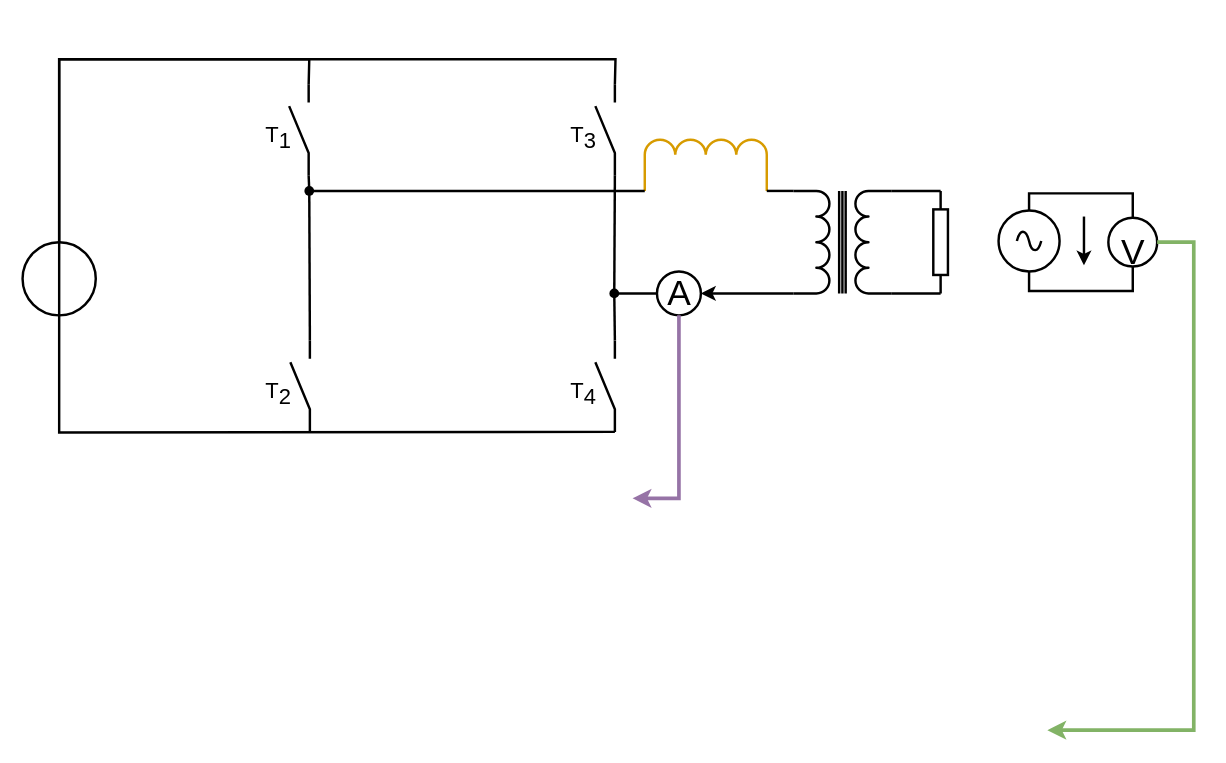
This is Testaufbau_FS.drawio from Lostqw1/Funfun, a draw.io file, before an edit. Source tidied: cells renumbered, new cells numbered last; positions are measured from the earlier drawing's top-left corner, leaving out a move shared by most shapes. Both pictures are drawn from the tidied source at 122%, with x=0, y=0 at pixel (22, 59).
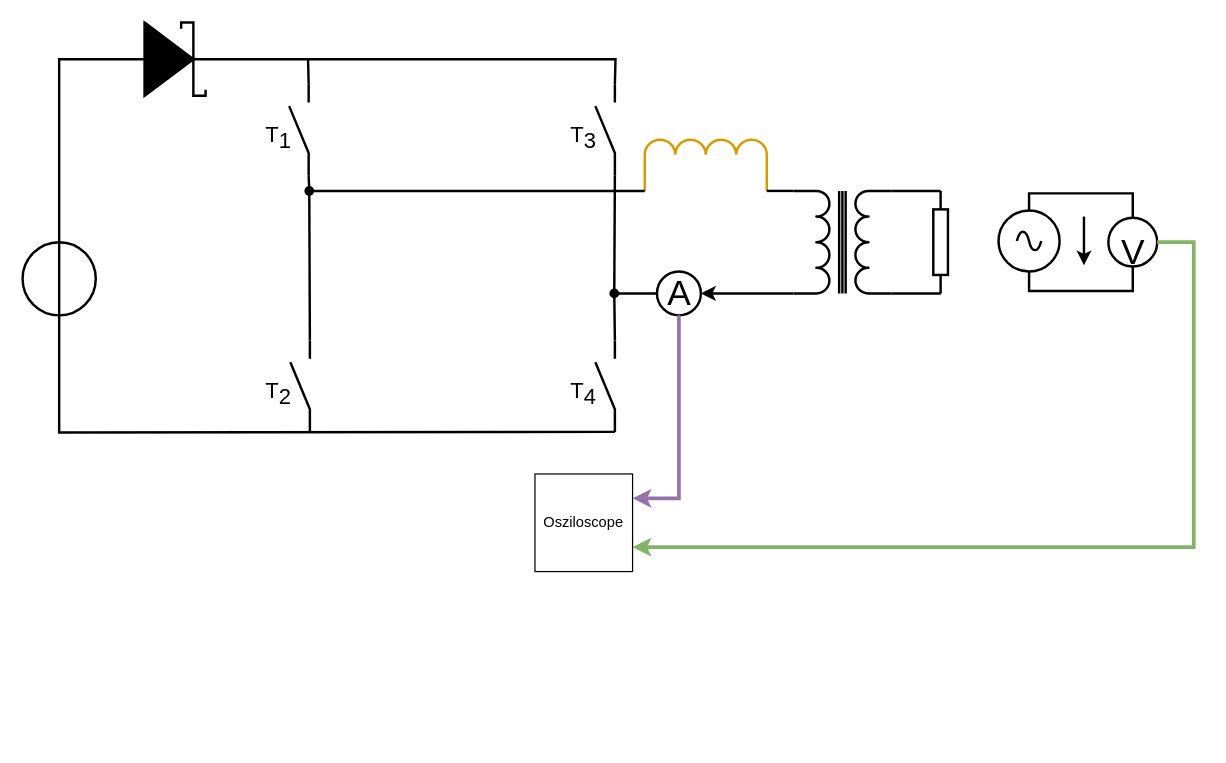
The same diagram, later.

The change refers to these unchanged cells:
```xml
<mxCell id="5" style="verticalLabelPosition=bottom;shadow=0;dashed=0;align=center;html=1;verticalAlign=top;shape=mxgraph.electrical.electro-mechanical.make_contact;rotation=-90;strokeWidth=2;" parent="1" vertex="1">
  <mxGeometry x="189" y="50" width="75" height="16" as="geometry" />
</mxCell>
<mxCell id="6" style="verticalLabelPosition=bottom;shadow=0;dashed=0;align=center;html=1;verticalAlign=top;shape=mxgraph.electrical.electro-mechanical.make_contact;rotation=-90;strokeWidth=2;" parent="1" vertex="1">
  <mxGeometry x="440" y="50" width="75" height="16" as="geometry" />
</mxCell>
<mxCell id="13" value="&lt;font style=&quot;font-size: 29px;&quot;&gt;V&lt;/font&gt;" style="verticalLabelPosition=middle;shadow=0;dashed=0;align=center;html=1;verticalAlign=middle;strokeWidth=2;shape=ellipse;fontSize=50;" parent="1" vertex="1">
  <mxGeometry x="890" y="130" width="40" height="40" as="geometry" />
</mxCell>
<mxCell id="29" style="verticalLabelPosition=bottom;shadow=0;dashed=0;align=center;html=1;verticalAlign=top;shape=mxgraph.electrical.signal_sources.source;points=[[0.5,0,0],[1,0.5,0],[0.5,1,0],[0,0.5,0]];elSignalType=ideal;rotation=90;strokeWidth=2;" parent="1" vertex="1">
  <mxGeometry y="150" width="60" height="60" as="geometry" />
</mxCell>
```

Diff of the diagram source:
```diff
@@
     <mxCell id="28" style="endArrow=classic;html=1;rounded=0;exitX=1;exitY=0.5;exitDx=0;exitDy=0;fillColor=#d5e8d4;strokeColor=#82b366;strokeWidth=3;" parent="1" edge="1" source="13">
       <mxGeometry relative="1" as="geometry">
-        <mxPoint x="840" y="550" as="targetPoint" />
+        <mxPoint x="500" y="400" as="targetPoint" />
         <Array as="points">
           <mxPoint x="960" y="150" />
-          <mxPoint x="960" y="550" />
+          <mxPoint x="960" y="400" />
         </Array>
       </mxGeometry>
     </mxCell>
@@
-    <mxCell id="31" style="endArrow=none;html=1;rounded=0;entryX=1;entryY=1;entryDx=0;entryDy=0;entryPerimeter=0;exitX=0;exitY=0.5;exitDx=0;exitDy=0;exitPerimeter=0;strokeWidth=2;" parent="1" edge="1" source="29" target="6">
-      <mxGeometry relative="1" as="geometry">
-        <Array as="points">
-          <mxPoint x="30" />
-          <mxPoint x="486" />
-        </Array>
-      </mxGeometry>
-    </mxCell>
-    <mxCell id="32" style="endArrow=none;html=1;rounded=0;entryX=1;entryY=1;entryDx=0;entryDy=0;entryPerimeter=0;exitX=0;exitY=0.5;exitDx=0;exitDy=0;exitPerimeter=0;strokeWidth=2;" parent="1" edge="1" source="29" target="5">
-      <mxGeometry relative="1" as="geometry">
-        <Array as="points">
-          <mxPoint x="30" />
-          <mxPoint x="235" />
-        </Array>
-      </mxGeometry>
-    </mxCell>
@@
+    <mxCell id="37" value="Osziloscope" style="whiteSpace=wrap;html=1;" parent="1" vertex="1">
+      <mxGeometry x="420" y="340" width="80" height="80" as="geometry" />
+    </mxCell>
+    <mxCell id="38" style="fillColor=strokeColor;verticalLabelPosition=bottom;shadow=0;dashed=0;align=center;html=1;verticalAlign=top;shape=mxgraph.electrical.diodes.schottky_diode;strokeWidth=2;" parent="1" vertex="1">
+      <mxGeometry x="70" y="-30" width="100" height="60" as="geometry" />
+    </mxCell>
+    <mxCell id="39" style="endArrow=none;html=1;rounded=0;entryX=0;entryY=0.5;entryDx=0;entryDy=0;entryPerimeter=0;exitX=0;exitY=0.5;exitDx=0;exitDy=0;exitPerimeter=0;strokeWidth=2;" parent="1" edge="1" source="29" target="38">
+      <mxGeometry relative="1" as="geometry">
+        <Array as="points">
+          <mxPoint x="30" />
+        </Array>
+      </mxGeometry>
+    </mxCell>
+    <mxCell id="40" style="endArrow=none;html=1;rounded=0;entryX=1;entryY=1;entryDx=0;entryDy=0;entryPerimeter=0;exitX=1;exitY=0.5;exitDx=0;exitDy=0;exitPerimeter=0;strokeWidth=2;" parent="1" edge="1" source="38" target="6">
+      <mxGeometry relative="1" as="geometry">
+        <Array as="points">
+          <mxPoint x="486" />
+        </Array>
+      </mxGeometry>
+    </mxCell>
+    <mxCell id="41" style="endArrow=none;html=1;rounded=0;entryX=1;entryY=1;entryDx=0;entryDy=0;entryPerimeter=0;strokeWidth=2;" parent="1" edge="1" target="5">
+      <mxGeometry relative="1" as="geometry">
+        <mxPoint x="234" as="sourcePoint" />
+      </mxGeometry>
+    </mxCell>
```
